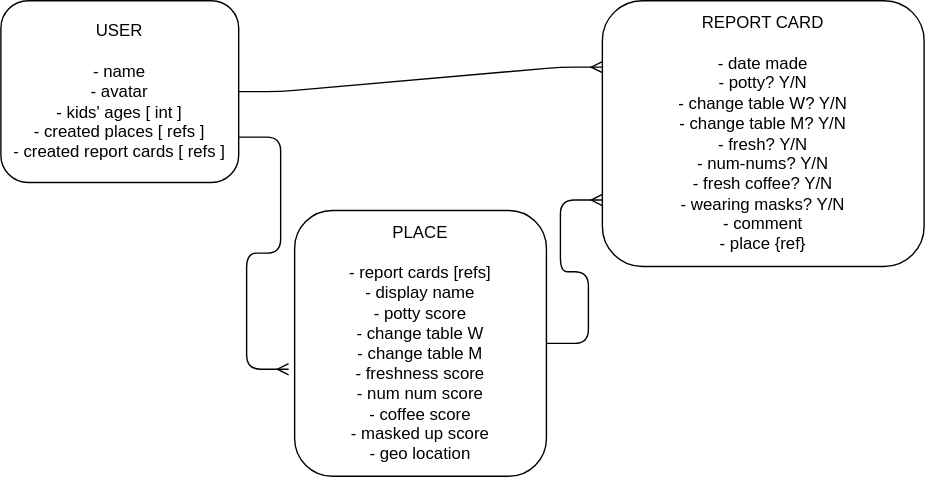
The draw.io diagram erg.drawio.svg in benhammondmusic/familyfriendly, before a commit. Source tidied: cells renumbered, new cells last; positions are measured from the earlier drawing's top-left corner, leaving out a move shared by most shapes. Its diagram source:
```xml
<mxGraphModel>
  <root>
    <mxCell id="0" />
    <mxCell id="1" parent="0" />
    <mxCell id="2" value="USER&lt;br&gt;&lt;br&gt;- name&lt;br&gt;- avatar&lt;br&gt;- kids' ages [ int ]&lt;br&gt;- created places [ refs ]&amp;nbsp;&lt;br&gt;- created report cards [ refs ]" style="rounded=1;whiteSpace=wrap;html=1;" parent="1" vertex="1">
      <mxGeometry width="170" height="130" as="geometry" />
    </mxCell>
    <mxCell id="3" value="PLACE&lt;br&gt;&lt;br&gt;- report cards [refs]&lt;br&gt;- display name&lt;br&gt;- potty score&lt;br&gt;- change table W&lt;br&gt;- change table M&lt;br&gt;- freshness score&lt;br&gt;- num num score&lt;br&gt;- coffee score&lt;br&gt;- masked up score&lt;br&gt;- geo location" style="rounded=1;whiteSpace=wrap;html=1;" parent="1" vertex="1">
      <mxGeometry x="210" y="150" width="180" height="190" as="geometry" />
    </mxCell>
    <mxCell id="4" value="REPORT CARD&lt;br&gt;&lt;br&gt;- date made&lt;br&gt;- potty? Y/N&lt;br&gt;- change table W? Y/N&lt;br&gt;- change table M? Y/N&lt;br&gt;- fresh? Y/N&lt;br&gt;- num-nums? Y/N&lt;br&gt;- fresh coffee? Y/N&lt;br&gt;- wearing masks? Y/N&lt;br&gt;- comment&lt;br&gt;- place {ref}" style="rounded=1;whiteSpace=wrap;html=1;" parent="1" vertex="1">
      <mxGeometry x="430" width="230" height="190" as="geometry" />
    </mxCell>
    <mxCell id="5" style="edgeStyle=entityRelationEdgeStyle;fontSize=12;html=1;endArrow=ERmany;entryX=0;entryY=0.75;entryDx=0;entryDy=0;" parent="1" edge="1" source="3" target="4">
      <mxGeometry relative="1" as="geometry" />
    </mxCell>
    <mxCell id="6" style="edgeStyle=entityRelationEdgeStyle;fontSize=12;html=1;endArrow=ERmany;exitX=1;exitY=0.5;exitDx=0;exitDy=0;entryX=0;entryY=0.25;entryDx=0;entryDy=0;" parent="1" edge="1" source="2" target="4">
      <mxGeometry relative="1" as="geometry" />
    </mxCell>
    <mxCell id="7" style="edgeStyle=entityRelationEdgeStyle;fontSize=12;html=1;endArrow=ERmany;entryX=-0.024;entryY=0.597;entryDx=0;entryDy=0;entryPerimeter=0;exitX=1;exitY=0.75;exitDx=0;exitDy=0;" parent="1" edge="1" source="2" target="3">
      <mxGeometry relative="1" as="geometry" />
    </mxCell>
  </root>
</mxGraphModel>
```
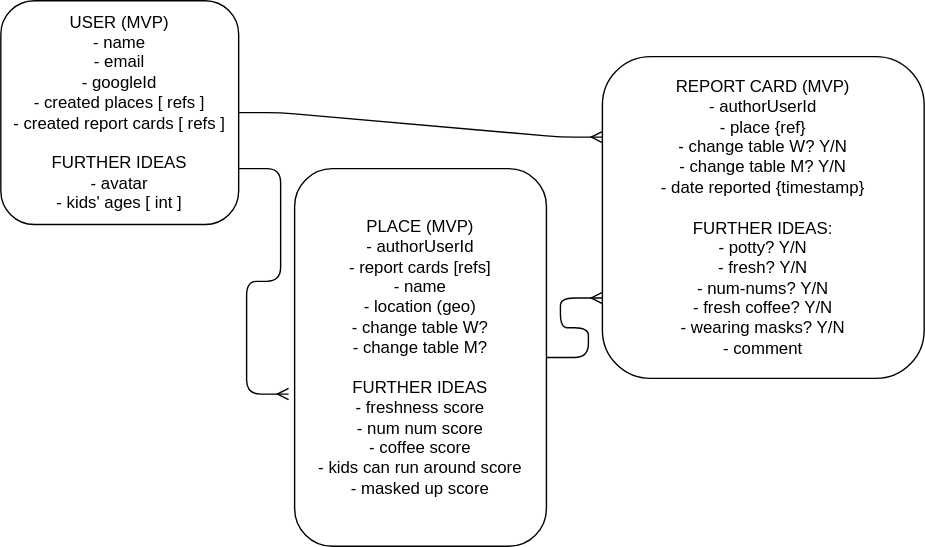
Above is the later version.

The edit, as a diff of the source:
```diff
@@ -2,14 +2,14 @@
   <root>
     <mxCell id="0" />
     <mxCell id="1" parent="0" />
-    <mxCell id="2" value="USER&lt;br&gt;&lt;br&gt;- name&lt;br&gt;- avatar&lt;br&gt;- kids' ages [ int ]&lt;br&gt;- created places [ refs ]&amp;nbsp;&lt;br&gt;- created report cards [ refs ]" style="rounded=1;whiteSpace=wrap;html=1;" parent="1" vertex="1">
-      <mxGeometry width="170" height="130" as="geometry" />
+    <mxCell id="2" value="USER (MVP)&lt;br&gt;- name&lt;br&gt;- email&lt;br&gt;- googleId&lt;br&gt;- created places [ refs ]&amp;nbsp;&lt;br&gt;- created report cards [ refs ]&lt;br&gt;&lt;br&gt;FURTHER IDEAS&lt;br&gt;- avatar&lt;br&gt;- kids' ages [ int ]&lt;br&gt;" style="rounded=1;whiteSpace=wrap;html=1;" parent="1" vertex="1">
+      <mxGeometry y="-40" width="170" height="160" as="geometry" />
     </mxCell>
-    <mxCell id="3" value="PLACE&lt;br&gt;&lt;br&gt;- report cards [refs]&lt;br&gt;- display name&lt;br&gt;- potty score&lt;br&gt;- change table W&lt;br&gt;- change table M&lt;br&gt;- freshness score&lt;br&gt;- num num score&lt;br&gt;- coffee score&lt;br&gt;- masked up score&lt;br&gt;- geo location" style="rounded=1;whiteSpace=wrap;html=1;" parent="1" vertex="1">
-      <mxGeometry x="210" y="150" width="180" height="190" as="geometry" />
+    <mxCell id="3" value="PLACE (MVP)&lt;br&gt;- authorUserId&lt;br&gt;- report cards [refs]&lt;br&gt;- name&lt;br&gt;- location (geo)&lt;br&gt;- change table W?&lt;br&gt;- change table M?&amp;nbsp;&lt;br&gt;&lt;br&gt;FURTHER IDEAS&lt;br&gt;- freshness score&lt;br&gt;- num num score&lt;br&gt;- coffee score&lt;br&gt;- kids can run around score&lt;br&gt;- masked up score" style="rounded=1;whiteSpace=wrap;html=1;" parent="1" vertex="1">
+      <mxGeometry x="210" y="80" width="180" height="270" as="geometry" />
     </mxCell>
-    <mxCell id="4" value="REPORT CARD&lt;br&gt;&lt;br&gt;- date made&lt;br&gt;- potty? Y/N&lt;br&gt;- change table W? Y/N&lt;br&gt;- change table M? Y/N&lt;br&gt;- fresh? Y/N&lt;br&gt;- num-nums? Y/N&lt;br&gt;- fresh coffee? Y/N&lt;br&gt;- wearing masks? Y/N&lt;br&gt;- comment&lt;br&gt;- place {ref}" style="rounded=1;whiteSpace=wrap;html=1;" parent="1" vertex="1">
-      <mxGeometry x="430" width="230" height="190" as="geometry" />
+    <mxCell id="4" value="REPORT CARD (MVP)&lt;br&gt;- authorUserId&lt;br&gt;- place {ref}&lt;br&gt;- change table W? Y/N&lt;br&gt;- change table M? Y/N&lt;br&gt;- date reported {timestamp}&lt;br&gt;&lt;br&gt;FURTHER IDEAS:&amp;nbsp;&lt;br&gt;- potty? Y/N&lt;br&gt;- fresh? Y/N&lt;br&gt;- num-nums? Y/N&lt;br&gt;- fresh coffee? Y/N&lt;br&gt;- wearing masks? Y/N&lt;br&gt;- comment" style="rounded=1;whiteSpace=wrap;html=1;" parent="1" vertex="1">
+      <mxGeometry x="430" width="230" height="230" as="geometry" />
     </mxCell>
     <mxCell id="5" style="edgeStyle=entityRelationEdgeStyle;fontSize=12;html=1;endArrow=ERmany;entryX=0;entryY=0.75;entryDx=0;entryDy=0;" parent="1" edge="1" source="3" target="4">
       <mxGeometry relative="1" as="geometry" />
```
